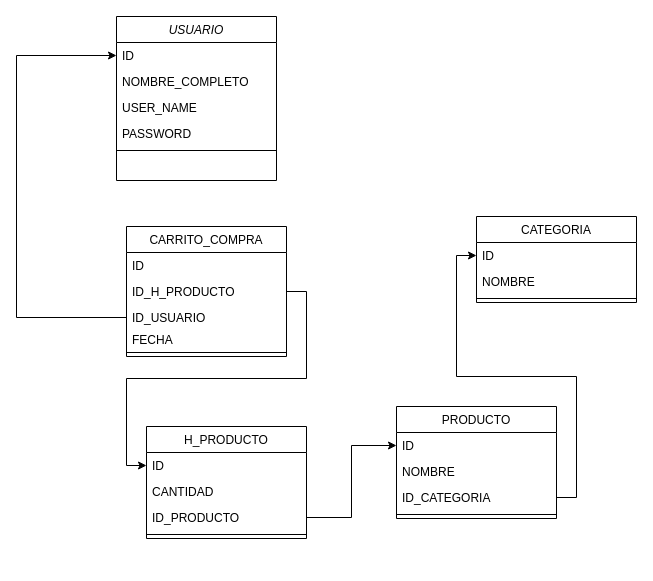
Before: diagrama-clases.drawio in EddyEscalanteU/backend-upc-5-2023, a draw.io diagram. Source tidied: cells renumbered, new cells numbered last; positions are measured from the earlier drawing's top-left corner, leaving out a move shared by most shapes. Both pictures are drawn from the tidied source at 100%, with x=0, y=0 at pixel (16, 16).
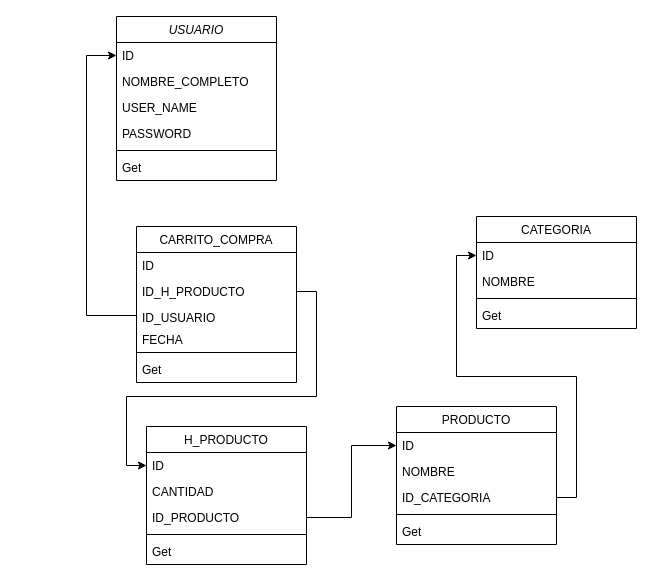
Above is the later version.

Unchanged cells that the change refers to:
```xml
<mxCell id="2" value="USUARIO" style="swimlane;fontStyle=2;align=center;verticalAlign=top;horizontal=1;startSize=26;rounded=0;shadow=0;strokeWidth=1;" parent="1" vertex="1">
  <mxGeometry x="100" width="160" height="164" as="geometry" />
</mxCell>
<mxCell id="3" value="ID" style="text;align=left;verticalAlign=top;spacingLeft=4;spacingRight=4;overflow=hidden;points=[[0,0.5],[1,0.5]];portConstraint=eastwest;" parent="2" vertex="1">
  <mxGeometry y="26" width="160" height="26" as="geometry" />
</mxCell>
<mxCell id="10" value="ID_H_PRODUCTO" style="text;align=left;verticalAlign=top;spacingLeft=4;spacingRight=4;overflow=hidden;points=[[0,0.5],[1,0.5]];portConstraint=eastwest;rounded=0;shadow=0;html=0;" parent="8" vertex="1">
  <mxGeometry y="52" width="160" height="26" as="geometry" />
</mxCell>
<mxCell id="11" value="ID_USUARIO" style="text;align=left;verticalAlign=top;spacingLeft=4;spacingRight=4;overflow=hidden;points=[[0,0.5],[1,0.5]];portConstraint=eastwest;rounded=0;shadow=0;html=0;" parent="8" vertex="1">
  <mxGeometry y="78" width="160" height="22" as="geometry" />
</mxCell>
<mxCell id="15" value="ID" style="text;align=left;verticalAlign=top;spacingLeft=4;spacingRight=4;overflow=hidden;points=[[0,0.5],[1,0.5]];portConstraint=eastwest;" parent="14" vertex="1">
  <mxGeometry y="26" width="160" height="26" as="geometry" />
</mxCell>
<mxCell id="26" value="ID" style="text;align=left;verticalAlign=top;spacingLeft=4;spacingRight=4;overflow=hidden;points=[[0,0.5],[1,0.5]];portConstraint=eastwest;" parent="25" vertex="1">
  <mxGeometry y="26" width="160" height="26" as="geometry" />
</mxCell>
<mxCell id="28" value="ID_PRODUCTO" style="text;align=left;verticalAlign=top;spacingLeft=4;spacingRight=4;overflow=hidden;points=[[0,0.5],[1,0.5]];portConstraint=eastwest;" parent="25" vertex="1">
  <mxGeometry y="78" width="160" height="26" as="geometry" />
</mxCell>
```

What changed in the source:
```diff
@@
+    <mxCell id="32" value="Get" style="text;align=left;verticalAlign=top;spacingLeft=4;spacingRight=4;overflow=hidden;rounded=0;shadow=0;html=0;" parent="2" vertex="1">
+      <mxGeometry y="138" width="160" height="26" as="geometry" />
+    </mxCell>
     <mxCell id="8" value="CARRITO_COMPRA" style="swimlane;fontStyle=0;align=center;verticalAlign=top;horizontal=1;startSize=26;rounded=0;shadow=0;strokeWidth=1;" parent="1" vertex="1">
-      <mxGeometry x="110" y="210" width="160" height="130" as="geometry" />
+      <mxGeometry x="120" y="210" width="160" height="156" as="geometry" />
     </mxCell>
@@
+    <mxCell id="33" value="Get" style="text;align=left;verticalAlign=top;spacingLeft=4;spacingRight=4;overflow=hidden;rounded=0;shadow=0;html=0;" parent="8" vertex="1">
+      <mxGeometry y="130" width="160" height="26" as="geometry" />
+    </mxCell>
     <mxCell id="14" value="PRODUCTO" style="swimlane;fontStyle=0;align=center;verticalAlign=top;horizontal=1;startSize=26;rounded=0;shadow=0;strokeWidth=1;" parent="1" vertex="1">
-      <mxGeometry x="380" y="390" width="160" height="112" as="geometry" />
+      <mxGeometry x="380" y="390" width="160" height="138" as="geometry" />
     </mxCell>
@@
+    <mxCell id="34" value="Get" style="text;align=left;verticalAlign=top;spacingLeft=4;spacingRight=4;overflow=hidden;rounded=0;shadow=0;html=0;" parent="14" vertex="1">
+      <mxGeometry y="112" width="160" height="26" as="geometry" />
+    </mxCell>
     <mxCell id="19" value="CATEGORIA" style="swimlane;fontStyle=0;align=center;verticalAlign=top;horizontal=1;startSize=26;rounded=0;shadow=0;strokeWidth=1;" parent="1" vertex="1">
-      <mxGeometry x="460" y="200" width="160" height="86" as="geometry" />
+      <mxGeometry x="460" y="200" width="160" height="112" as="geometry" />
     </mxCell>
@@
+    <mxCell id="35" value="Get" style="text;align=left;verticalAlign=top;spacingLeft=4;spacingRight=4;overflow=hidden;rounded=0;shadow=0;html=0;" parent="19" vertex="1">
+      <mxGeometry y="86" width="160" height="26" as="geometry" />
+    </mxCell>
@@
-    <mxCell id="24" style="edgeStyle=orthogonalEdgeStyle;rounded=0;jettySize=auto;html=1;" parent="1" edge="1" source="11" target="3">
+    <mxCell id="24" style="edgeStyle=orthogonalEdgeStyle;rounded=0;jettySize=auto;html=1;exitX=0;exitY=0.5;exitDx=0;exitDy=0;" parent="1" edge="1" source="11" target="3">
       <mxGeometry relative="1" as="geometry">
         <Array as="points">
-          <mxPoint y="301" />
-          <mxPoint y="39" />
+          <mxPoint x="70" y="299" />
+          <mxPoint x="70" y="39" />
         </Array>
       </mxGeometry>
     </mxCell>
     <mxCell id="25" value="H_PRODUCTO" style="swimlane;fontStyle=0;align=center;verticalAlign=top;horizontal=1;startSize=26;rounded=0;shadow=0;strokeWidth=1;" parent="1" vertex="1">
-      <mxGeometry x="130" y="410" width="160" height="112" as="geometry" />
+      <mxGeometry x="130" y="410" width="160" height="138" as="geometry" />
     </mxCell>
@@
+    <mxCell id="36" value="Get" style="text;align=left;verticalAlign=top;spacingLeft=4;spacingRight=4;overflow=hidden;rounded=0;shadow=0;html=0;" parent="25" vertex="1">
+      <mxGeometry y="112" width="160" height="26" as="geometry" />
+    </mxCell>
+    <mxCell id="31" style="edgeStyle=orthogonalEdgeStyle;rounded=0;jettySize=auto;html=1;" parent="1" edge="1" source="28" target="15">
+      <mxGeometry relative="1" as="geometry" />
+    </mxCell>
-    <mxCell id="30" style="edgeStyle=orthogonalEdgeStyle;rounded=0;jettySize=auto;html=1;" parent="1" edge="1" source="10" target="26">
-      <mxGeometry relative="1" as="geometry" />
+    <mxCell id="30" style="edgeStyle=orthogonalEdgeStyle;rounded=0;jettySize=auto;html=1;exitX=1;exitY=0.5;exitDx=0;exitDy=0;entryX=0;entryY=0.5;entryDx=0;entryDy=0;" parent="1" edge="1" source="10" target="26">
+      <mxGeometry relative="1" as="geometry">
+        <Array as="points">
+          <mxPoint x="300" y="275" />
+          <mxPoint x="300" y="380" />
+          <mxPoint x="110" y="380" />
+          <mxPoint x="110" y="449" />
+        </Array>
+      </mxGeometry>
     </mxCell>
-    <mxCell id="31" style="edgeStyle=orthogonalEdgeStyle;rounded=0;jettySize=auto;html=1;" parent="1" edge="1" source="28" target="15">
-      <mxGeometry relative="1" as="geometry" />
-    </mxCell>
```
